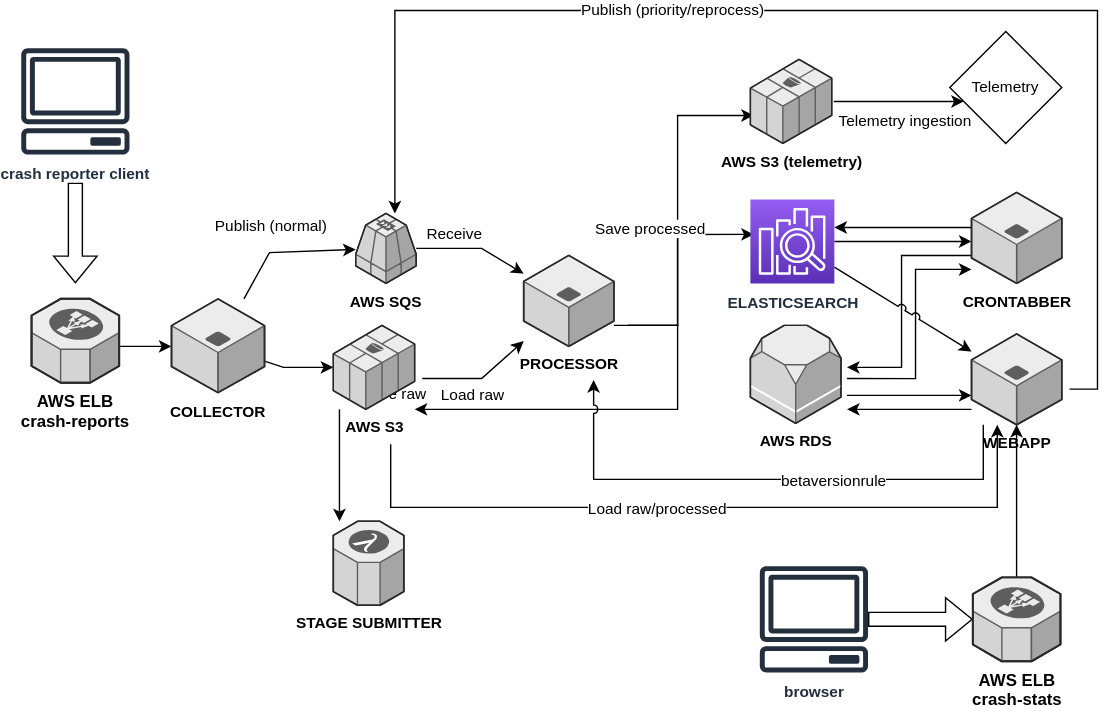
This is docs/drawio/socorro_architecture.drawio.svg from mozilla-services/socorro, a draw.io export, as it was before one commit. Source tidied: cells renumbered, new cells last; positions are measured from the earlier drawing's top-left corner, leaving out a move shared by most shapes.
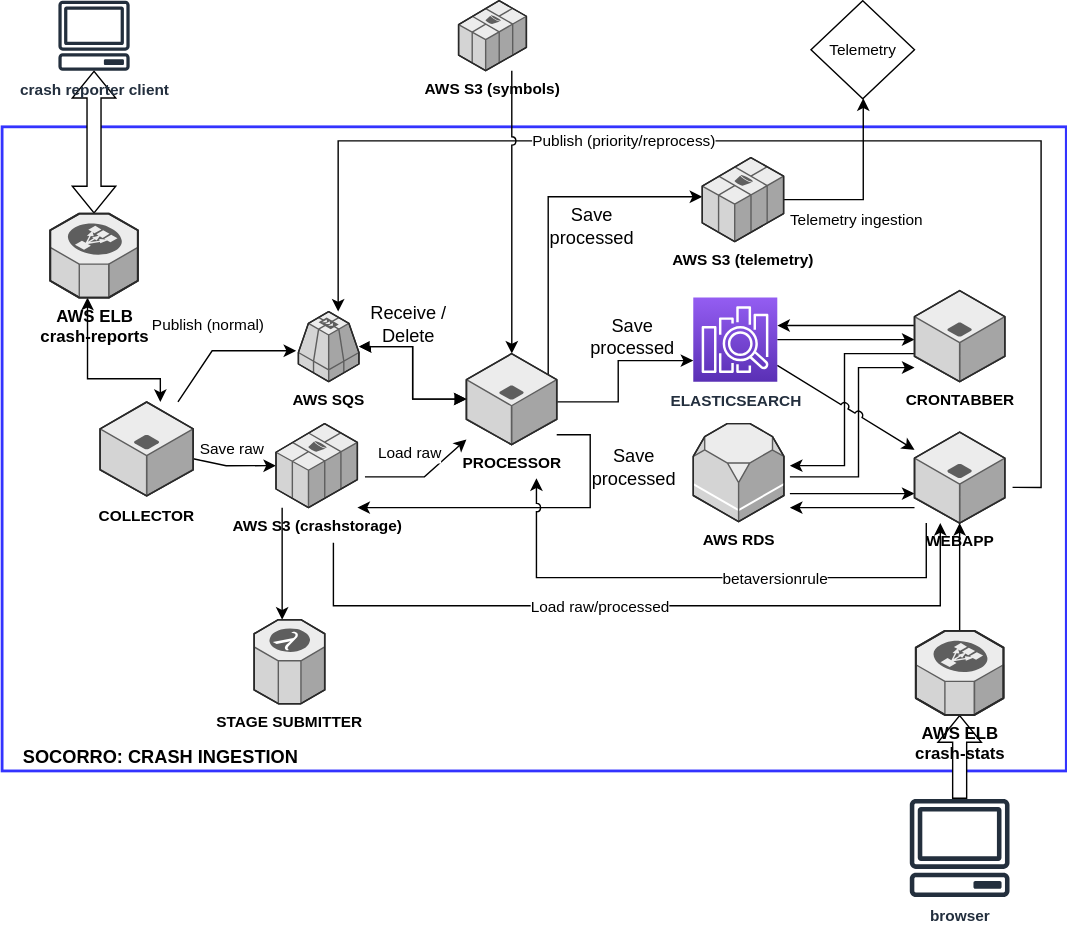
After the change.

Commit message:
bug 1744610: add symbols bucket and clarify socorro boundaries

This adds the symbols bucket and some other links that were missing. It
also clarifies "socorro boundaries".

The edit, as a diff of the source:
```diff
@@ -4,12 +4,13 @@
     <mxCell id="1" parent="0" />
+    <mxCell id="49" style="rounded=0;whiteSpace=wrap;html=1;fontSize=11;strokeColor=#3333FF;strokeWidth=2;" parent="1" vertex="1">
+      <mxGeometry x="-32" y="23.1" width="760" height="460" as="geometry" />
+    </mxCell>
-    <mxCell id="2" style="shape=flexArrow;endArrow=classic;html=1;rounded=0;entryX=0.425;entryY=-0.067;entryDx=0;entryDy=0;entryPerimeter=0;" parent="1" edge="1">
-      <mxGeometry relative="1" as="geometry">
-        <mxPoint x="39.3" y="123" as="sourcePoint" />
-        <mxPoint x="39.3" y="195" as="targetPoint" />
-      </mxGeometry>
+    <mxCell id="2" style="shape=flexArrow;endArrow=classic;html=1;rounded=0;fillColor=default;startArrow=block;" parent="1" edge="1" source="31" target="34">
+      <mxGeometry relative="1" as="geometry" />
     </mxCell>
-    <mxCell id="3" style="endArrow=classic;html=1;rounded=0;fontSize=15;" parent="1" edge="1" source="35" target="38">
+    <mxCell id="3" style="endArrow=classic;html=1;rounded=0;fontSize=15;" parent="1" edge="1" source="35">
       <mxGeometry relative="1" as="geometry">
+        <mxPoint x="178" y="183" as="targetPoint" />
         <Array as="points">
-          <mxPoint x="178" y="173" />
+          <mxPoint x="118" y="183" />
         </Array>
@@ -24,6 +25,6 @@
       <mxGeometry relative="1" as="geometry">
-        <mxPoint x="264.6" y="310" as="sourcePoint" />
+        <mxPoint x="204.6" y="320" as="sourcePoint" />
         <Array as="points">
-          <mxPoint x="265" y="355" />
-          <mxPoint x="698" y="355" />
+          <mxPoint x="205" y="365.1" />
+          <mxPoint x="638" y="365.1" />
         </Array>
@@ -37,3 +38,3 @@
         <Array as="points">
-          <mxPoint x="188" y="255" />
+          <mxPoint x="128" y="265.1" />
         </Array>
@@ -43,12 +44,10 @@
       <mxGeometry x="-0.16" y="2" relative="1" as="geometry">
-        <mxPoint x="72" y="19" as="offset" />
+        <mxPoint x="3" y="-13" as="offset" />
       </mxGeometry>
     </mxCell>
-    <mxCell id="9" style="edgeStyle=orthogonalEdgeStyle;rounded=0;orthogonalLoop=1;jettySize=auto;html=1;entryX=0;entryY=0.5;entryDx=0;entryDy=0;fontSize=11;" parent="1" edge="1">
+    <mxCell id="9" style="edgeStyle=orthogonalEdgeStyle;rounded=0;jettySize=auto;html=1;fontSize=11;" parent="1" edge="1" target="44">
       <mxGeometry relative="1" as="geometry">
-        <mxPoint x="434.1" y="225" as="sourcePoint" />
-        <mxPoint x="524.1" y="75" as="targetPoint" />
+        <mxPoint x="358" y="235" as="sourcePoint" />
         <Array as="points">
-          <mxPoint x="469.6" y="225" />
-          <mxPoint x="469.6" y="75" />
+          <mxPoint x="358" y="73" />
         </Array>
@@ -56,9 +55,13 @@
     </mxCell>
+    <mxCell id="50" value="Save&lt;br&gt;processed" style="edgeLabel;html=1;align=center;verticalAlign=middle;fontSize=13;" parent="9" vertex="1">
+      <mxGeometry x="-0.11" y="-3" relative="1" as="geometry">
+        <mxPoint x="27" y="-21" as="offset" />
+      </mxGeometry>
+    </mxCell>
-    <mxCell id="10" style="edgeStyle=orthogonalEdgeStyle;rounded=0;orthogonalLoop=1;jettySize=auto;html=1;entryX=0;entryY=0.5;entryDx=0;entryDy=0;fontSize=11;" parent="1" edge="1">
+    <mxCell id="10" style="edgeStyle=orthogonalEdgeStyle;rounded=0;jettySize=auto;html=1;entryX=0;entryY=0.75;entryDx=0;entryDy=0;fontSize=11;entryPerimeter=0;" parent="1" edge="1" target="37">
       <mxGeometry relative="1" as="geometry">
-        <mxPoint x="434.1" y="225" as="sourcePoint" />
-        <mxPoint x="524.1" y="160" as="targetPoint" />
+        <mxPoint x="361.6" y="219.5" as="sourcePoint" />
         <Array as="points">
-          <mxPoint x="469.6" y="225" />
-          <mxPoint x="469.6" y="160" />
+          <mxPoint x="408" y="220" />
+          <mxPoint x="408" y="190" />
         </Array>
@@ -66,2 +69,7 @@
     </mxCell>
+    <mxCell id="51" value="Save&lt;br&gt;processed" style="edgeLabel;html=1;align=center;verticalAlign=middle;fontSize=13;" parent="10" vertex="1">
+      <mxGeometry x="-0.31" y="-1" relative="1" as="geometry">
+        <mxPoint x="11" y="-48" as="offset" />
+      </mxGeometry>
+    </mxCell>
     <mxCell id="11" style="edgeStyle=orthogonalEdgeStyle;rounded=0;jettySize=auto;html=1;fontSize=11;" parent="1" edge="1" source="36" target="43">
@@ -69,4 +77,4 @@
         <Array as="points">
-          <mxPoint x="469.6" y="225" />
-          <mxPoint x="469.6" y="285" />
+          <mxPoint x="388" y="243" />
+          <mxPoint x="388" y="295" />
         </Array>
@@ -74,24 +82,12 @@
     </mxCell>
-    <mxCell id="12" value="Save processed" style="edgeLabel;html=1;align=center;verticalAlign=middle;fontSize=11;" parent="11" vertex="1">
-      <mxGeometry x="-0.83" y="-1" relative="1" as="geometry">
-        <mxPoint y="-71" as="offset" />
-      </mxGeometry>
-    </mxCell>
-    <mxCell id="13" style="endArrow=classic;html=1;rounded=0;fontSize=15;" parent="1" edge="1" source="38" target="36">
-      <mxGeometry relative="1" as="geometry">
-        <Array as="points">
-          <mxPoint x="329.6" y="170" />
-        </Array>
-      </mxGeometry>
-    </mxCell>
-    <mxCell id="14" value="&lt;font style=&quot;font-size: 11px&quot;&gt;Receive&lt;/font&gt;" style="edgeLabel;html=1;align=center;verticalAlign=middle;fontSize=15;" parent="13" vertex="1">
-      <mxGeometry x="-0.16" y="2" relative="1" as="geometry">
-        <mxPoint x="-7" y="-10" as="offset" />
-      </mxGeometry>
-    </mxCell>
+    <mxCell id="52" value="Save&lt;br&gt;processed" style="edgeLabel;html=1;align=center;verticalAlign=middle;fontSize=13;" parent="11" vertex="1">
+      <mxGeometry x="-0.41" y="1" relative="1" as="geometry">
+        <mxPoint x="29" y="-25" as="offset" />
+      </mxGeometry>
+    </mxCell>
     <mxCell id="15" style="endArrow=classic;html=1;rounded=0;fontSize=15;" parent="1" edge="1" target="36">
       <mxGeometry relative="1" as="geometry">
-        <mxPoint x="287.1" y="263" as="sourcePoint" />
+        <mxPoint x="227.1" y="273" as="sourcePoint" />
         <Array as="points">
-          <mxPoint x="329.6" y="263" />
+          <mxPoint x="269.6" y="273" />
         </Array>
@@ -101,3 +97,3 @@
       <mxGeometry x="-0.16" y="2" relative="1" as="geometry">
-        <mxPoint y="12" as="offset" />
+        <mxPoint x="-4" y="-18" as="offset" />
       </mxGeometry>
@@ -106,6 +102,5 @@
       <mxGeometry relative="1" as="geometry">
-        <mxPoint x="581.2" y="65" as="sourcePoint" />
+        <mxPoint x="521.2" y="75" as="sourcePoint" />
         <Array as="points">
-          <mxPoint x="639.6" y="65" />
-          <mxPoint x="639.6" y="65" />
+          <mxPoint x="583" y="75" />
         </Array>
@@ -120,6 +115,6 @@
       <mxGeometry relative="1" as="geometry">
-        <mxPoint x="590.6" y="263" as="sourcePoint" />
+        <mxPoint x="530.6" y="273" as="sourcePoint" />
         <Array as="points">
-          <mxPoint x="639.6" y="263" />
-          <mxPoint x="639.6" y="185" />
+          <mxPoint x="579.6" y="273" />
+          <mxPoint x="579.6" y="195" />
         </Array>
@@ -129,6 +124,6 @@
       <mxGeometry relative="1" as="geometry">
-        <mxPoint x="590.6" y="275" as="sourcePoint" />
+        <mxPoint x="530.6" y="285" as="sourcePoint" />
         <Array as="points">
-          <mxPoint x="629.6" y="275" />
-          <mxPoint x="629.6" y="275" />
+          <mxPoint x="569.6" y="285" />
+          <mxPoint x="569.6" y="285" />
         </Array>
@@ -139,4 +134,4 @@
         <Array as="points">
-          <mxPoint x="649.6" y="165" />
-          <mxPoint x="649.6" y="165" />
+          <mxPoint x="589.6" y="175" />
+          <mxPoint x="589.6" y="175" />
         </Array>
@@ -145,3 +140,3 @@
     <mxCell id="22" value="Telemetry" style="rhombus;whiteSpace=wrap;html=1;fontSize=11;fillColor=none;" parent="1" vertex="1">
-      <mxGeometry x="664.1" y="15" width="80" height="80" as="geometry" />
+      <mxGeometry x="545.7" y="-67" width="73.9" height="70" as="geometry" />
     </mxCell>
@@ -150,4 +145,4 @@
         <Array as="points">
-          <mxPoint x="649.6" y="155" />
-          <mxPoint x="649.6" y="155" />
+          <mxPoint x="589.6" y="165" />
+          <mxPoint x="589.6" y="165" />
         </Array>
@@ -157,6 +152,6 @@
       <mxGeometry relative="1" as="geometry">
-        <mxPoint x="590.6" y="255" as="targetPoint" />
+        <mxPoint x="530.6" y="265" as="targetPoint" />
         <Array as="points">
-          <mxPoint x="629.6" y="175" />
-          <mxPoint x="629.6" y="255" />
+          <mxPoint x="569.6" y="185" />
+          <mxPoint x="569.6" y="265" />
         </Array>
@@ -166,6 +161,6 @@
       <mxGeometry relative="1" as="geometry">
-        <mxPoint x="590.6" y="285" as="targetPoint" />
+        <mxPoint x="530.6" y="295" as="targetPoint" />
         <Array as="points">
-          <mxPoint x="649.6" y="285" />
-          <mxPoint x="649.6" y="285" />
+          <mxPoint x="589.6" y="295" />
+          <mxPoint x="589.6" y="295" />
         </Array>
@@ -175,6 +170,6 @@
       <mxGeometry relative="1" as="geometry">
-        <mxPoint x="409.6" y="264" as="targetPoint" />
+        <mxPoint x="349.6" y="274" as="targetPoint" />
         <Array as="points">
-          <mxPoint x="688" y="335" />
-          <mxPoint x="410" y="335" />
+          <mxPoint x="628" y="345" />
+          <mxPoint x="350" y="345" />
         </Array>
@@ -188,5 +183,5 @@
         <Array as="points">
-          <mxPoint x="769.6" y="271" />
-          <mxPoint x="769.6" />
-          <mxPoint x="267.6" />
+          <mxPoint x="710" y="281.1" />
+          <mxPoint x="710" y="33.1" />
+          <mxPoint x="208" y="33.1" />
         </Array>
@@ -201,3 +196,3 @@
     <mxCell id="31" value="&lt;font style=&quot;font-size: 11px&quot;&gt;&lt;b&gt;crash reporter client&lt;/b&gt;&lt;/font&gt;" style="sketch=0;outlineConnect=0;fontColor=#232F3E;gradientColor=none;fillColor=#232F3D;strokeColor=none;dashed=0;verticalLabelPosition=bottom;verticalAlign=top;align=center;html=1;fontSize=12;fontStyle=0;shape=mxgraph.aws4.client;" parent="1" vertex="1">
-      <mxGeometry x="0.3" y="27" width="78" height="76" as="geometry" />
+      <mxGeometry x="8" y="-67" width="51.3" height="50" as="geometry" />
     </mxCell>
@@ -206,4 +201,4 @@
         <Array as="points">
-          <mxPoint x="228" y="333" />
-          <mxPoint x="228" y="333" />
+          <mxPoint x="168" y="343.1" />
+          <mxPoint x="168" y="343.1" />
         </Array>
@@ -211,44 +206,55 @@
     </mxCell>
-    <mxCell id="33" style="edgeStyle=orthogonalEdgeStyle;rounded=0;jumpStyle=arc;jettySize=auto;html=1;fontSize=11;" parent="1" edge="1" target="35">
-      <mxGeometry relative="1" as="geometry">
-        <mxPoint x="70.6" y="236" as="sourcePoint" />
-        <Array as="points">
-          <mxPoint x="71" y="240" />
-        </Array>
-      </mxGeometry>
-    </mxCell>
+    <mxCell id="53" style="edgeStyle=orthogonalEdgeStyle;rounded=0;jumpStyle=arc;jettySize=auto;html=1;fontSize=11;startArrow=classic;startFill=1;" parent="1" edge="1" source="34" target="35">
+      <mxGeometry relative="1" as="geometry">
+        <Array as="points">
+          <mxPoint x="29" y="203" />
+          <mxPoint x="81" y="203" />
+        </Array>
+      </mxGeometry>
+    </mxCell>
     <mxCell id="34" value="&lt;b&gt;AWS ELB&lt;br&gt;crash-reports&lt;br&gt;&lt;/b&gt;" style="verticalLabelPosition=bottom;html=1;verticalAlign=top;strokeWidth=1;align=center;outlineConnect=0;dashed=0;outlineConnect=0;shape=mxgraph.aws3d.elasticLoadBalancing;fillColor=#ECECEC;strokeColor=#5E5E5E;" parent="1" vertex="1">
-      <mxGeometry x="8" y="206" width="62.6" height="60" as="geometry" />
+      <mxGeometry x="2.4" y="85" width="62.6" height="60" as="geometry" />
     </mxCell>
     <mxCell id="35" value="&lt;b&gt;&lt;font style=&quot;font-size: 11px&quot;&gt;COLLECTOR&lt;/font&gt;&lt;/b&gt;" style="verticalLabelPosition=bottom;html=1;verticalAlign=top;strokeWidth=1;align=center;outlineConnect=0;dashed=0;outlineConnect=0;shape=mxgraph.aws3d.application_server;fillColor=#ECECEC;strokeColor=#5E5E5E;" parent="1" vertex="1">
-      <mxGeometry x="108" y="206" width="66.5" height="67" as="geometry" />
+      <mxGeometry x="38" y="219.6" width="66.5" height="67" as="geometry" />
     </mxCell>
+    <mxCell id="54" style="edgeStyle=orthogonalEdgeStyle;rounded=0;jumpStyle=arc;jettySize=auto;html=1;fontSize=13;startArrow=block;startFill=1;fillColor=default;" parent="1" edge="1" source="36" target="38">
+      <mxGeometry relative="1" as="geometry" />
+    </mxCell>
     <mxCell id="36" value="&lt;b&gt;PROCESSOR&lt;/b&gt;" style="verticalLabelPosition=bottom;html=1;verticalAlign=top;strokeWidth=1;align=center;outlineConnect=0;dashed=0;outlineConnect=0;shape=mxgraph.aws3d.application_server;fillColor=#ECECEC;strokeColor=#5E5E5E;fontSize=11;" parent="1" vertex="1">
-      <mxGeometry x="359.6" y="175" width="64.5" height="65" as="geometry" />
+      <mxGeometry x="299.6" y="185" width="64.5" height="65" as="geometry" />
     </mxCell>
     <mxCell id="37" value="&lt;b&gt;&lt;font style=&quot;font-size: 11px&quot;&gt;ELASTICSEARCH&lt;/font&gt;&lt;/b&gt;" style="sketch=0;points=[[0,0,0],[0.25,0,0],[0.5,0,0],[0.75,0,0],[1,0,0],[0,1,0],[0.25,1,0],[0.5,1,0],[0.75,1,0],[1,1,0],[0,0.25,0],[0,0.5,0],[0,0.75,0],[1,0.25,0],[1,0.5,0],[1,0.75,0]];outlineConnect=0;fontColor=#232F3E;gradientColor=#945DF2;gradientDirection=north;fillColor=#5A30B5;strokeColor=#ffffff;dashed=0;verticalLabelPosition=bottom;verticalAlign=top;align=center;html=1;fontSize=12;fontStyle=0;shape=mxgraph.aws4.resourceIcon;resIcon=mxgraph.aws4.elasticsearch_service;" parent="1" vertex="1">
-      <mxGeometry x="521.6" y="135" width="60" height="60" as="geometry" />
+      <mxGeometry x="461.6" y="145" width="60" height="60" as="geometry" />
     </mxCell>
+    <mxCell id="13" style="edgeStyle=orthogonalEdgeStyle;rounded=0;jumpStyle=arc;jettySize=auto;html=1;fontSize=13;startArrow=block;startFill=1;fillColor=default;" parent="1" edge="1" source="38" target="36">
+      <mxGeometry relative="1" as="geometry" />
+    </mxCell>
+    <mxCell id="55" value="Receive /&lt;br&gt;Delete" style="edgeLabel;html=1;align=center;verticalAlign=middle;fontSize=13;" parent="13" vertex="1">
+      <mxGeometry x="-0.38" y="-2" relative="1" as="geometry">
+        <mxPoint y="-19" as="offset" />
+      </mxGeometry>
+    </mxCell>
     <mxCell id="38" value="&lt;b&gt;AWS SQS&lt;/b&gt;" style="verticalLabelPosition=bottom;html=1;verticalAlign=top;strokeWidth=1;align=center;outlineConnect=0;dashed=0;outlineConnect=0;shape=mxgraph.aws3d.sqs;fillColor=#ECECEC;strokeColor=#5E5E5E;fontSize=11;" parent="1" vertex="1">
-      <mxGeometry x="239.6" y="145" width="43.2" height="50" as="geometry" />
+      <mxGeometry x="179.6" y="155" width="43.2" height="50" as="geometry" />
     </mxCell>
     <mxCell id="39" value="&lt;b&gt;CRONTABBER&lt;/b&gt;" style="verticalLabelPosition=bottom;html=1;verticalAlign=top;strokeWidth=1;align=center;outlineConnect=0;dashed=0;outlineConnect=0;shape=mxgraph.aws3d.application_server;fillColor=#ECECEC;strokeColor=#5E5E5E;fontSize=11;" parent="1" vertex="1">
-      <mxGeometry x="679.6" y="130" width="64.5" height="65" as="geometry" />
+      <mxGeometry x="619.6" y="140" width="64.5" height="65" as="geometry" />
     </mxCell>
     <mxCell id="40" value="&lt;b&gt;WEBAPP&lt;br&gt;&lt;/b&gt;" style="verticalLabelPosition=bottom;html=1;verticalAlign=top;strokeWidth=1;align=center;outlineConnect=0;dashed=0;outlineConnect=0;shape=mxgraph.aws3d.application_server;fillColor=#ECECEC;strokeColor=#5E5E5E;fontSize=11;" parent="1" vertex="1">
-      <mxGeometry x="679.6" y="231" width="64.5" height="65" as="geometry" />
+      <mxGeometry x="619.6" y="241" width="64.5" height="65" as="geometry" />
     </mxCell>
     <mxCell id="41" value="&lt;b&gt;STAGE SUBMITTER&lt;/b&gt;" style="verticalLabelPosition=bottom;html=1;verticalAlign=top;strokeWidth=1;align=center;outlineConnect=0;dashed=0;outlineConnect=0;shape=mxgraph.aws3d.lambda;fillColor=#ECECEC;strokeColor=#5E5E5E;fontSize=11;" parent="1" vertex="1">
-      <mxGeometry x="223.6" y="365" width="50.4" height="60" as="geometry" />
+      <mxGeometry x="148" y="375" width="50.4" height="60" as="geometry" />
     </mxCell>
     <mxCell id="42" value="&lt;b&gt;AWS RDS&lt;/b&gt;" style="verticalLabelPosition=bottom;html=1;verticalAlign=top;strokeWidth=1;align=center;dashed=0;shape=mxgraph.aws3d.rds;fillColor=#ECECEC;strokeColor=#5E5E5E;fontSize=11;" parent="1" vertex="1">
-      <mxGeometry x="521.6" y="225" width="64.7" height="70" as="geometry" />
+      <mxGeometry x="461.6" y="235" width="64.7" height="70" as="geometry" />
     </mxCell>
-    <mxCell id="43" value="&lt;b&gt;AWS S3&lt;/b&gt;" style="verticalLabelPosition=bottom;html=1;verticalAlign=top;strokeWidth=1;align=center;outlineConnect=0;dashed=0;outlineConnect=0;shape=mxgraph.aws3d.s3;fillColor=#ECECEC;strokeColor=#5E5E5E;fontSize=11;" parent="1" vertex="1">
-      <mxGeometry x="223.6" y="225" width="58.1" height="60" as="geometry" />
+    <mxCell id="43" value="&lt;b&gt;AWS S3 (crashstorage)&lt;br&gt;&lt;/b&gt;" style="verticalLabelPosition=bottom;html=1;verticalAlign=top;strokeWidth=1;align=center;outlineConnect=0;dashed=0;outlineConnect=0;shape=mxgraph.aws3d.s3;fillColor=#ECECEC;strokeColor=#5E5E5E;fontSize=11;" parent="1" vertex="1">
+      <mxGeometry x="163.6" y="235" width="58.1" height="60" as="geometry" />
     </mxCell>
     <mxCell id="44" value="&lt;b&gt;AWS S3 (telemetry)&lt;/b&gt;" style="verticalLabelPosition=bottom;html=1;verticalAlign=top;strokeWidth=1;align=center;outlineConnect=0;dashed=0;outlineConnect=0;shape=mxgraph.aws3d.s3;fillColor=#ECECEC;strokeColor=#5E5E5E;fontSize=11;" parent="1" vertex="1">
-      <mxGeometry x="521.6" y="35" width="58.1" height="60" as="geometry" />
+      <mxGeometry x="468" y="45" width="58.1" height="60" as="geometry" />
     </mxCell>
-    <mxCell id="45" style="shape=flexArrow;endArrow=classic;html=1;rounded=0;" parent="1" edge="1" source="46" target="48">
+    <mxCell id="45" style="shape=flexArrow;endArrow=classic;html=1;rounded=0;fillColor=default;" parent="1" edge="1" source="46" target="48">
       <mxGeometry relative="1" as="geometry" />
@@ -256,3 +262,3 @@
     <mxCell id="46" value="&lt;b&gt;&lt;font style=&quot;font-size: 11px&quot;&gt;browser&lt;/font&gt;&lt;/b&gt;" style="sketch=0;outlineConnect=0;fontColor=#232F3E;gradientColor=none;fillColor=#232F3D;strokeColor=none;dashed=0;verticalLabelPosition=bottom;verticalAlign=top;align=center;html=1;fontSize=12;fontStyle=0;shape=mxgraph.aws4.client;" parent="1" vertex="1">
-      <mxGeometry x="528" y="397" width="78" height="76" as="geometry" />
+      <mxGeometry x="615.9" y="503.1" width="71.8" height="70" as="geometry" />
     </mxCell>
@@ -261,4 +267,4 @@
         <Array as="points">
-          <mxPoint x="712" y="393" />
-          <mxPoint x="712" y="393" />
+          <mxPoint x="652" y="403.1" />
+          <mxPoint x="652" y="403.1" />
         </Array>
@@ -267,4 +273,18 @@
     <mxCell id="48" value="&lt;b&gt;AWS ELB&lt;br&gt;crash-stats&lt;br&gt;&lt;/b&gt;" style="verticalLabelPosition=bottom;html=1;verticalAlign=top;strokeWidth=1;align=center;outlineConnect=0;dashed=0;outlineConnect=0;shape=mxgraph.aws3d.elasticLoadBalancing;fillColor=#ECECEC;strokeColor=#5E5E5E;" parent="1" vertex="1">
-      <mxGeometry x="680.5" y="405" width="62.6" height="60" as="geometry" />
+      <mxGeometry x="620.5" y="383.1" width="62.6" height="60" as="geometry" />
     </mxCell>
+    <mxCell id="56" style="edgeStyle=orthogonalEdgeStyle;rounded=0;jumpStyle=arc;jettySize=auto;html=1;fontSize=11;" parent="1" edge="1" source="57" target="36">
+      <mxGeometry relative="1" as="geometry">
+        <Array as="points">
+          <mxPoint x="332" y="73" />
+          <mxPoint x="332" y="73" />
+        </Array>
+      </mxGeometry>
+    </mxCell>
+    <mxCell id="57" value="&lt;b&gt;AWS S3 (symbols)&lt;/b&gt;" style="verticalLabelPosition=bottom;html=1;verticalAlign=top;strokeWidth=1;align=center;outlineConnect=0;dashed=0;outlineConnect=0;shape=mxgraph.aws3d.s3;fillColor=#ECECEC;strokeColor=#5E5E5E;fontSize=11;" parent="1" vertex="1">
+      <mxGeometry x="294" y="-67" width="48.4" height="50" as="geometry" />
+    </mxCell>
+    <mxCell id="58" value="&lt;b&gt;&lt;font style=&quot;font-size: 13px&quot;&gt;SOCORRO: CRASH INGESTION&lt;/font&gt;&lt;/b&gt;" style="text;html=1;align=center;verticalAlign=middle;fillColor=none;strokeColor=none;rounded=0;fontSize=11;" parent="1" vertex="1">
+      <mxGeometry x="-23.8" y="463" width="210" height="20" as="geometry" />
+    </mxCell>
   </root>
```
